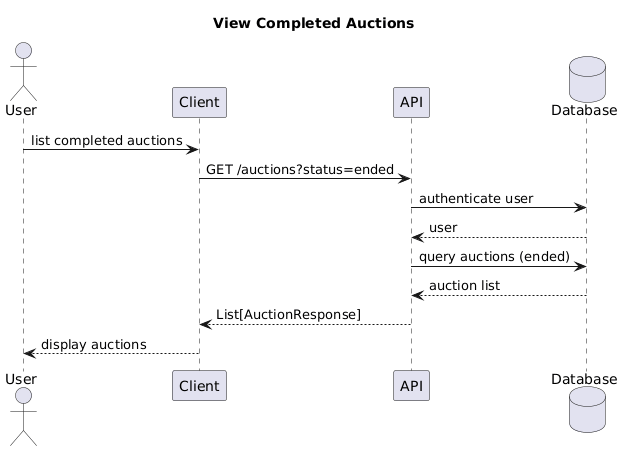
Earlier version of the PlantUML export Design/SequenceDiagram/ViewCompletedAuctions.png (mihnea-popescu/CSCI_6234_Spring_2026_G18). Its diagram source:
```plantuml
@startuml
title View Completed Auctions
actor User
participant Client
participant API
database Database

User -> Client: list completed auctions
Client -> API: GET /auctions?status=ended
API -> Database: authenticate user
Database --> API: user
API -> Database: query auctions (ended)
Database --> API: auction list
API --> Client: List[AuctionResponse]
Client --> User: display auctions
@enduml
```
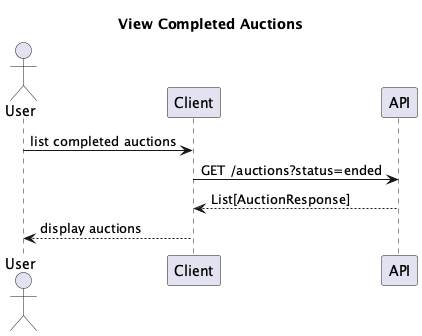
The same diagram one commit later.

Diff of the diagram source:
```diff
@@ -1,16 +1,11 @@
-@startuml
+@startuml ViewCompletedAuctions
 title View Completed Auctions
 actor User
 participant Client
 participant API
-database Database
 
 User -> Client: list completed auctions
 Client -> API: GET /auctions?status=ended
-API -> Database: authenticate user
-Database --> API: user
-API -> Database: query auctions (ended)
-Database --> API: auction list
 API --> Client: List[AuctionResponse]
 Client --> User: display auctions
 @enduml
```
